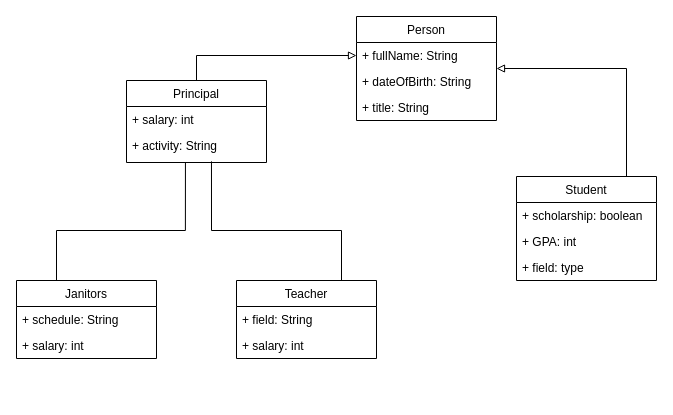
Earlier version of the draw.io diagram src/com/company/Untitled Diagram.drawio (Linda-Ju/EnumsAndUML). Source tidied: cells renumbered, new cells numbered last; positions are measured from the earlier drawing's top-left corner, leaving out a move shared by most shapes. Both pictures are drawn from the tidied source at 100%, with x=0, y=0 at pixel (16, 16).
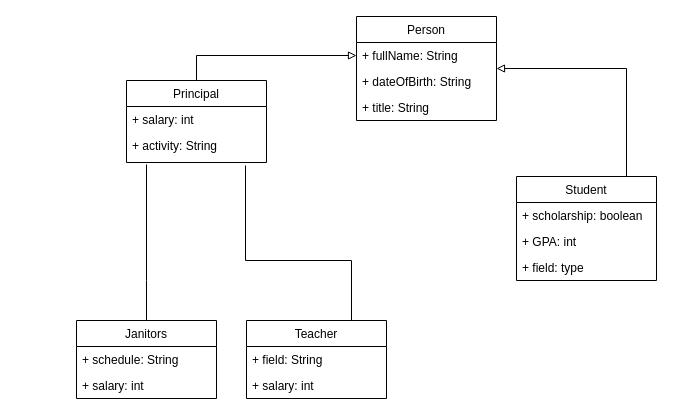
After the change.

Unchanged cells that the change refers to:
```xml
<mxCell id="9" value="+ activity: String&#10;" style="text;strokeColor=none;fillColor=none;align=left;verticalAlign=top;spacingLeft=4;spacingRight=4;overflow=hidden;points=[[0,0.5],[1,0.5]];portConstraint=eastwest;" parent="7" vertex="1">
  <mxGeometry y="52" width="140" height="30" as="geometry" />
</mxCell>
```

Change to the diagram source:
```diff
@@
-    <mxCell id="10" style="edgeStyle=orthogonalEdgeStyle;rounded=0;jettySize=auto;html=1;exitX=0.75;exitY=0;exitDx=0;exitDy=0;entryX=0.607;entryY=0.962;entryDx=0;entryDy=0;entryPerimeter=0;endArrow=none;endFill=0;" parent="1" edge="1" source="11" target="9">
+    <mxCell id="10" style="edgeStyle=orthogonalEdgeStyle;rounded=0;jettySize=auto;html=1;exitX=0.75;exitY=0;exitDx=0;exitDy=0;entryX=0.85;entryY=1.1;entryDx=0;entryDy=0;endArrow=none;endFill=0;entryPerimeter=0;" parent="1" edge="1" source="11" target="9">
       <mxGeometry relative="1" as="geometry">
         <Array as="points">
-          <mxPoint x="325" y="214" />
-          <mxPoint x="195" y="214" />
+          <mxPoint x="335" y="244" />
+          <mxPoint x="229" y="244" />
         </Array>
       </mxGeometry>
     </mxCell>
     <mxCell id="11" value="Teacher" style="swimlane;fontStyle=0;horizontal=1;startSize=26;fillColor=none;" parent="1" vertex="1">
-      <mxGeometry x="220" y="264" width="140" height="78" as="geometry" />
+      <mxGeometry x="230" y="304" width="140" height="78" as="geometry" />
     </mxCell>
@@
-    <mxCell id="19" style="edgeStyle=orthogonalEdgeStyle;rounded=0;jettySize=auto;html=1;endArrow=none;endFill=0;entryX=0.421;entryY=1;entryDx=0;entryDy=0;entryPerimeter=0;" parent="1" edge="1" source="20" target="9">
+    <mxCell id="19" style="edgeStyle=orthogonalEdgeStyle;rounded=0;jettySize=auto;html=1;endArrow=none;endFill=0;" parent="1" edge="1" source="20">
       <mxGeometry relative="1" as="geometry">
+        <mxPoint x="130" y="148" as="targetPoint" />
         <Array as="points">
-          <mxPoint x="40" y="214" />
-          <mxPoint x="169" y="214" />
+          <mxPoint x="130" y="264" />
+          <mxPoint x="130" y="264" />
         </Array>
       </mxGeometry>
     </mxCell>
     <mxCell id="20" value="Janitors" style="swimlane;fontStyle=0;horizontal=1;startSize=26;fillColor=none;" parent="1" vertex="1">
-      <mxGeometry y="264" width="140" height="78" as="geometry" />
+      <mxGeometry x="60" y="304" width="140" height="78" as="geometry" />
     </mxCell>
```
